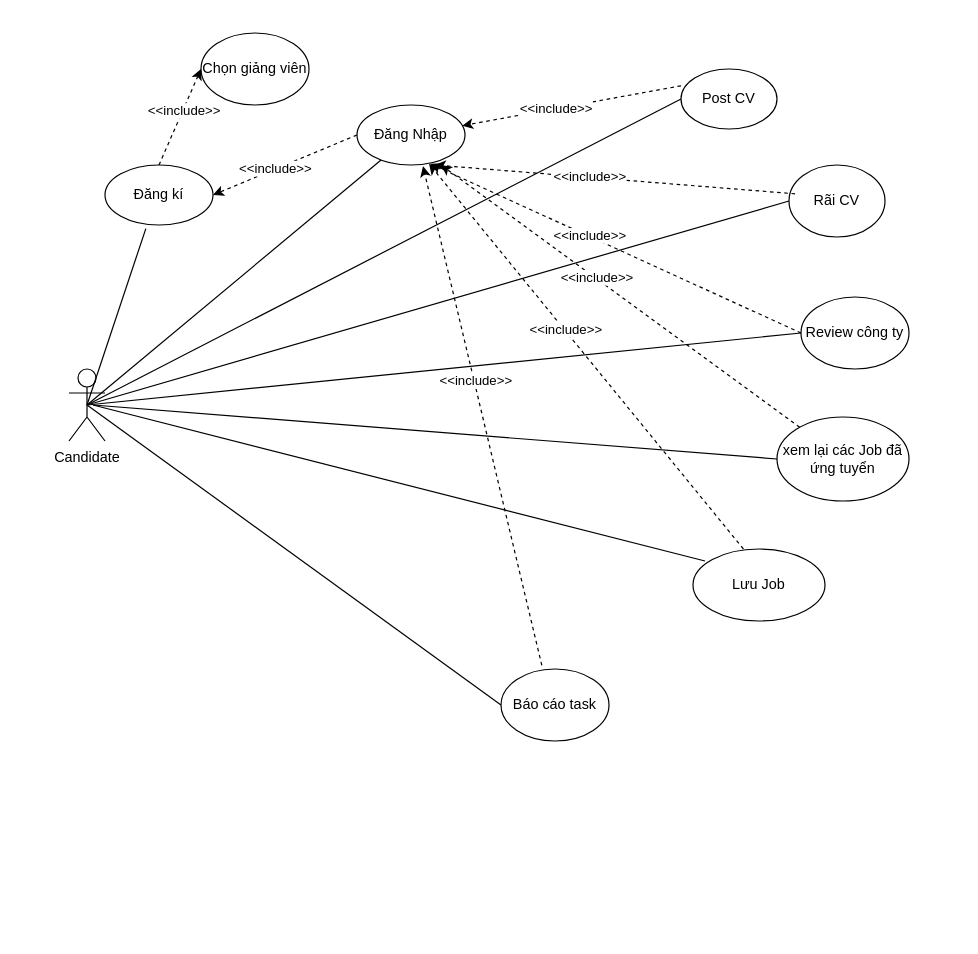
Above: Candidate.drawio in thinhh0x1l/0xt1SeLogin (draw.io), before the change. Source tidied: cells renumbered, new cells numbered last; positions are measured from the earlier drawing's top-left corner, leaving out a move shared by most shapes. Both pictures are drawn from the tidied source at 120%, with x=0, y=0 at pixel (68, 32).
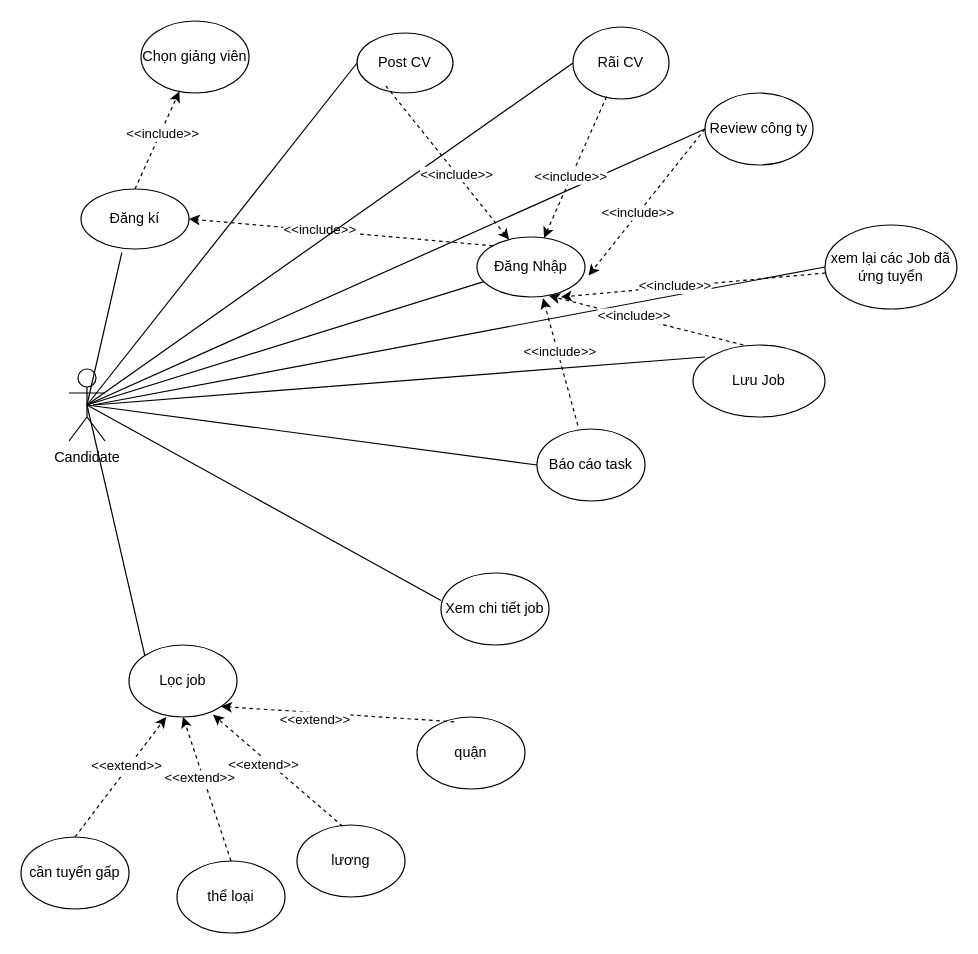
Above is the later version.

The change refers to these unchanged cells:
```xml
<mxCell id="2" value="Candidate" style="shape=umlActor;verticalLabelPosition=bottom;verticalAlign=top;html=1;outlineConnect=0;" parent="1" vertex="1">
  <mxGeometry y="280" width="30" height="60" as="geometry" />
</mxCell>
```

Diff of the diagram source:
```diff
@@
     <mxCell id="3" value="Đăng Nhập" style="ellipse;whiteSpace=wrap;html=1;" parent="1" vertex="1">
-      <mxGeometry x="240" y="60" width="90" height="50" as="geometry" />
+      <mxGeometry x="340" y="170" width="90" height="50" as="geometry" />
     </mxCell>
     <mxCell id="4" value="Chọn giảng viên" style="ellipse;whiteSpace=wrap;html=1;" parent="1" vertex="1">
-      <mxGeometry x="110" width="90" height="60" as="geometry" />
+      <mxGeometry x="60" y="-10" width="90" height="60" as="geometry" />
     </mxCell>
     <mxCell id="5" value="Đăng kí" style="ellipse;whiteSpace=wrap;html=1;" parent="1" vertex="1">
-      <mxGeometry x="30" y="110" width="90" height="50" as="geometry" />
+      <mxGeometry x="10" y="130" width="90" height="50" as="geometry" />
     </mxCell>
     <mxCell id="6" value="Rãi&amp;nbsp;CV" style="ellipse;whiteSpace=wrap;html=1;" parent="1" vertex="1">
-      <mxGeometry x="600" y="110" width="80" height="60" as="geometry" />
+      <mxGeometry x="420" y="-5" width="80" height="60" as="geometry" />
     </mxCell>
     <mxCell id="7" value="Post CV" style="ellipse;whiteSpace=wrap;html=1;" parent="1" vertex="1">
-      <mxGeometry x="510" y="30" width="80" height="50" as="geometry" />
+      <mxGeometry x="240" width="80" height="50" as="geometry" />
     </mxCell>
@@
-    <mxCell id="9" style="endArrow=classic;html=1;rounded=0;entryX=0;entryY=0.5;entryDx=0;entryDy=0;dashed=1;exitX=0.5;exitY=0;exitDx=0;exitDy=0;" parent="1" edge="1" source="5" target="4">
+    <mxCell id="9" style="endArrow=classic;html=1;rounded=0;dashed=1;exitX=0.5;exitY=0;exitDx=0;exitDy=0;" parent="1" edge="1" source="5" target="4">
       <mxGeometry relative="1" as="geometry" />
     </mxCell>
@@
-    <mxCell id="12" style="endArrow=classic;html=1;rounded=0;entryX=1;entryY=0.5;entryDx=0;entryDy=0;dashed=1;" parent="1" edge="1" target="5">
-      <mxGeometry relative="1" as="geometry">
-        <mxPoint x="240" y="85" as="sourcePoint" />
-      </mxGeometry>
+    <mxCell id="12" style="endArrow=classic;html=1;rounded=0;entryX=1;entryY=0.5;entryDx=0;entryDy=0;dashed=1;exitX=0;exitY=0;exitDx=0;exitDy=0;" parent="1" edge="1" source="3" target="5">
+      <mxGeometry relative="1" as="geometry" />
     </mxCell>
@@
     <mxCell id="14" value="Review công ty" style="ellipse;whiteSpace=wrap;html=1;" parent="1" vertex="1">
-      <mxGeometry x="610" y="220" width="90" height="60" as="geometry" />
+      <mxGeometry x="530" y="50" width="90" height="60" as="geometry" />
     </mxCell>
     <mxCell id="15" value="Lưu Job" style="ellipse;whiteSpace=wrap;html=1;" parent="1" vertex="1">
-      <mxGeometry x="520" y="430" width="110" height="60" as="geometry" />
+      <mxGeometry x="520" y="260" width="110" height="60" as="geometry" />
     </mxCell>
     <mxCell id="16" value="xem lại các Job đã ứng tuyển" style="ellipse;whiteSpace=wrap;html=1;" parent="1" vertex="1">
-      <mxGeometry x="590" y="320" width="110" height="70" as="geometry" />
+      <mxGeometry x="630" y="160" width="110" height="70" as="geometry" />
     </mxCell>
     <mxCell id="17" value="Báo cáo task" style="ellipse;whiteSpace=wrap;html=1;" parent="1" vertex="1">
-      <mxGeometry x="360" y="530" width="90" height="60" as="geometry" />
+      <mxGeometry x="390" y="330" width="90" height="60" as="geometry" />
     </mxCell>
@@
-    <mxCell id="24" style="endArrow=classic;html=1;rounded=0;dashed=1;exitX=0;exitY=0.28;exitDx=0;exitDy=0;exitPerimeter=0;" parent="1" edge="1" source="7" target="3">
+    <mxCell id="24" style="endArrow=classic;html=1;rounded=0;dashed=1;exitX=0.3;exitY=0.88;exitDx=0;exitDy=0;exitPerimeter=0;" parent="1" edge="1" source="7" target="3">
       <mxGeometry relative="1" as="geometry" />
     </mxCell>
@@
-    <mxCell id="26" style="endArrow=classic;html=1;rounded=0;entryX=0.722;entryY=1;entryDx=0;entryDy=0;dashed=1;entryPerimeter=0;exitX=0.063;exitY=0.4;exitDx=0;exitDy=0;exitPerimeter=0;" parent="1" edge="1" source="6" target="3">
+    <mxCell id="26" style="endArrow=classic;html=1;rounded=0;dashed=1;exitX=0.35;exitY=0.967;exitDx=0;exitDy=0;exitPerimeter=0;" parent="1" edge="1" source="6" target="3">
       <mxGeometry relative="1" as="geometry" />
     </mxCell>
@@
-    <mxCell id="28" style="endArrow=classic;html=1;rounded=0;entryX=0.678;entryY=0.98;entryDx=0;entryDy=0;dashed=1;entryPerimeter=0;exitX=0;exitY=0.5;exitDx=0;exitDy=0;" parent="1" edge="1" source="14" target="3">
+    <mxCell id="28" style="endArrow=classic;html=1;rounded=0;entryX=1.033;entryY=0.64;entryDx=0;entryDy=0;dashed=1;entryPerimeter=0;exitX=0;exitY=0.5;exitDx=0;exitDy=0;" parent="1" edge="1" source="14" target="3">
       <mxGeometry relative="1" as="geometry" />
     </mxCell>
@@
+    <mxCell id="36" value="Lọc job" style="ellipse;whiteSpace=wrap;html=1;" parent="1" vertex="1">
+      <mxGeometry x="50" y="510" width="90" height="60" as="geometry" />
+    </mxCell>
+    <mxCell id="37" value="quận" style="ellipse;whiteSpace=wrap;html=1;" parent="1" vertex="1">
+      <mxGeometry x="290" y="570" width="90" height="60" as="geometry" />
+    </mxCell>
+    <mxCell id="38" value="lương" style="ellipse;whiteSpace=wrap;html=1;" parent="1" vertex="1">
+      <mxGeometry x="190" y="660" width="90" height="60" as="geometry" />
+    </mxCell>
+    <mxCell id="39" value="cần tuyển gấp" style="ellipse;whiteSpace=wrap;html=1;" parent="1" vertex="1">
+      <mxGeometry x="-40" y="670" width="90" height="60" as="geometry" />
+    </mxCell>
+    <mxCell id="40" value="thể loại" style="ellipse;whiteSpace=wrap;html=1;" parent="1" vertex="1">
+      <mxGeometry x="90" y="690" width="90" height="60" as="geometry" />
+    </mxCell>
+    <mxCell id="41" style="endArrow=none;html=1;rounded=0;entryX=0;entryY=0;entryDx=0;entryDy=0;exitX=0.5;exitY=0.5;exitDx=0;exitDy=0;exitPerimeter=0;" parent="1" edge="1" source="2" target="36">
+      <mxGeometry relative="1" as="geometry" />
+    </mxCell>
+    <mxCell id="42" style="endArrow=classic;html=1;rounded=0;dashed=1;entryX=0.344;entryY=1;entryDx=0;entryDy=0;entryPerimeter=0;exitX=0.5;exitY=0;exitDx=0;exitDy=0;" parent="1" edge="1" source="39" target="36">
+      <mxGeometry relative="1" as="geometry" />
+    </mxCell>
+    <mxCell id="43" value="&amp;lt;&amp;lt;extend&amp;gt;&amp;gt;" style="edgeLabel;html=1;align=center;verticalAlign=middle;" parent="42" vertex="1">
+      <mxGeometry x="0.2" y="3" relative="1" as="geometry">
+        <mxPoint y="2" as="offset" />
+      </mxGeometry>
+    </mxCell>
+    <mxCell id="44" style="endArrow=classic;html=1;rounded=0;dashed=1;entryX=0.5;entryY=1;entryDx=0;entryDy=0;exitX=0.5;exitY=0;exitDx=0;exitDy=0;" parent="1" edge="1" source="40" target="36">
+      <mxGeometry relative="1" as="geometry" />
+    </mxCell>
+    <mxCell id="45" value="&amp;lt;&amp;lt;extend&amp;gt;&amp;gt;" style="edgeLabel;html=1;align=center;verticalAlign=middle;" parent="44" vertex="1">
+      <mxGeometry x="0.2" y="3" relative="1" as="geometry">
+        <mxPoint y="2" as="offset" />
+      </mxGeometry>
+    </mxCell>
+    <mxCell id="46" style="endArrow=classic;html=1;rounded=0;dashed=1;entryX=0.778;entryY=0.967;entryDx=0;entryDy=0;entryPerimeter=0;exitX=0.422;exitY=0.017;exitDx=0;exitDy=0;exitPerimeter=0;" parent="1" edge="1" source="38" target="36">
+      <mxGeometry relative="1" as="geometry" />
+    </mxCell>
+    <mxCell id="47" value="&amp;lt;&amp;lt;extend&amp;gt;&amp;gt;" style="edgeLabel;html=1;align=center;verticalAlign=middle;" parent="46" vertex="1">
+      <mxGeometry x="0.2" y="3" relative="1" as="geometry">
+        <mxPoint y="2" as="offset" />
+      </mxGeometry>
+    </mxCell>
+    <mxCell id="48" style="endArrow=classic;html=1;rounded=0;dashed=1;entryX=1;entryY=1;entryDx=0;entryDy=0;exitX=0.344;exitY=0.067;exitDx=0;exitDy=0;exitPerimeter=0;" parent="1" edge="1" source="37" target="36">
+      <mxGeometry relative="1" as="geometry" />
+    </mxCell>
+    <mxCell id="49" value="&amp;lt;&amp;lt;extend&amp;gt;&amp;gt;" style="edgeLabel;html=1;align=center;verticalAlign=middle;" parent="48" vertex="1">
+      <mxGeometry x="0.2" y="3" relative="1" as="geometry">
+        <mxPoint y="2" as="offset" />
+      </mxGeometry>
+    </mxCell>
+    <mxCell id="50" value="Xem chi tiết job" style="ellipse;whiteSpace=wrap;html=1;" parent="1" vertex="1">
+      <mxGeometry x="310" y="450" width="90" height="60" as="geometry" />
+    </mxCell>
+    <mxCell id="51" style="endArrow=none;html=1;rounded=0;exitX=0.5;exitY=0.5;exitDx=0;exitDy=0;exitPerimeter=0;entryX=0;entryY=0.383;entryDx=0;entryDy=0;entryPerimeter=0;" parent="1" edge="1" source="2" target="50">
+      <mxGeometry relative="1" as="geometry" />
+    </mxCell>
```
